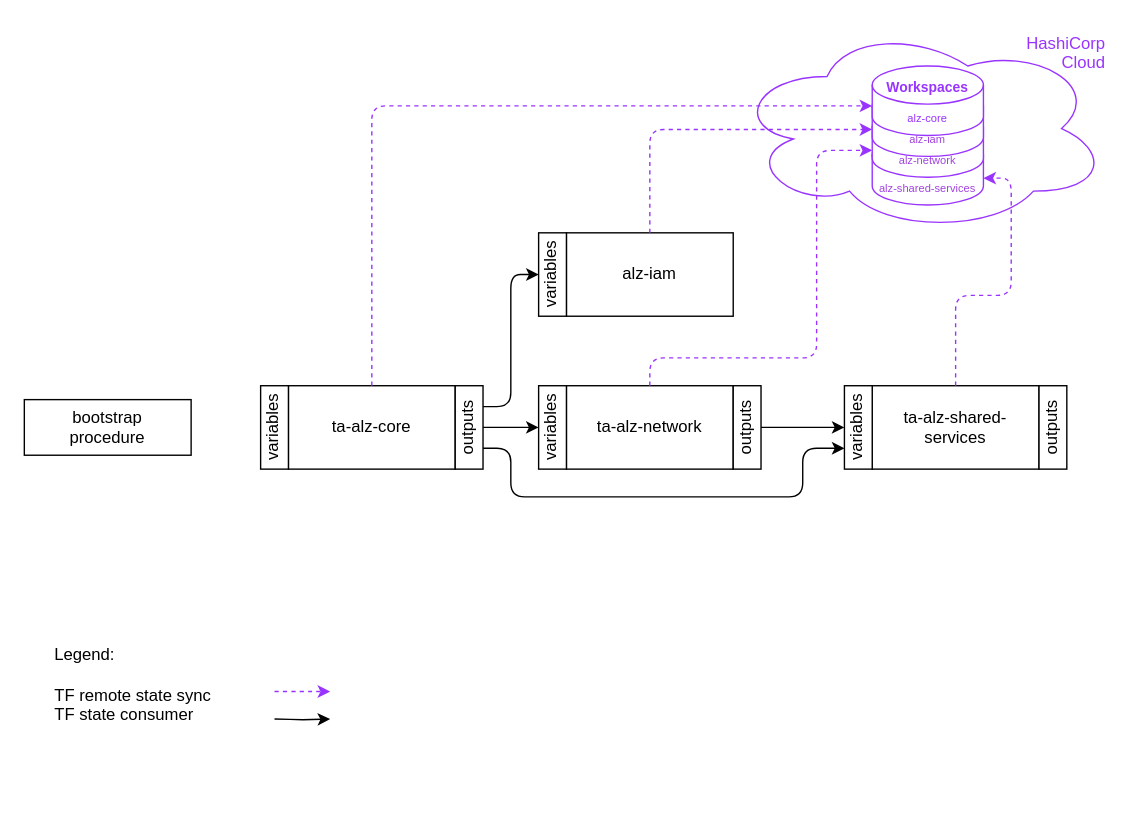
balazspados/azure-sandbox keeps this draw.io diagram as page "Overview" (1 of 6) of ta-alz.drawio. Above is the earlier version. Source tidied: cells renumbered, new cells numbered last; positions are measured from the earlier drawing's top-left corner, leaving out a move shared by most shapes. Both pictures are drawn from the tidied source at 139%, with x=0, y=0 at pixel (24, 24).
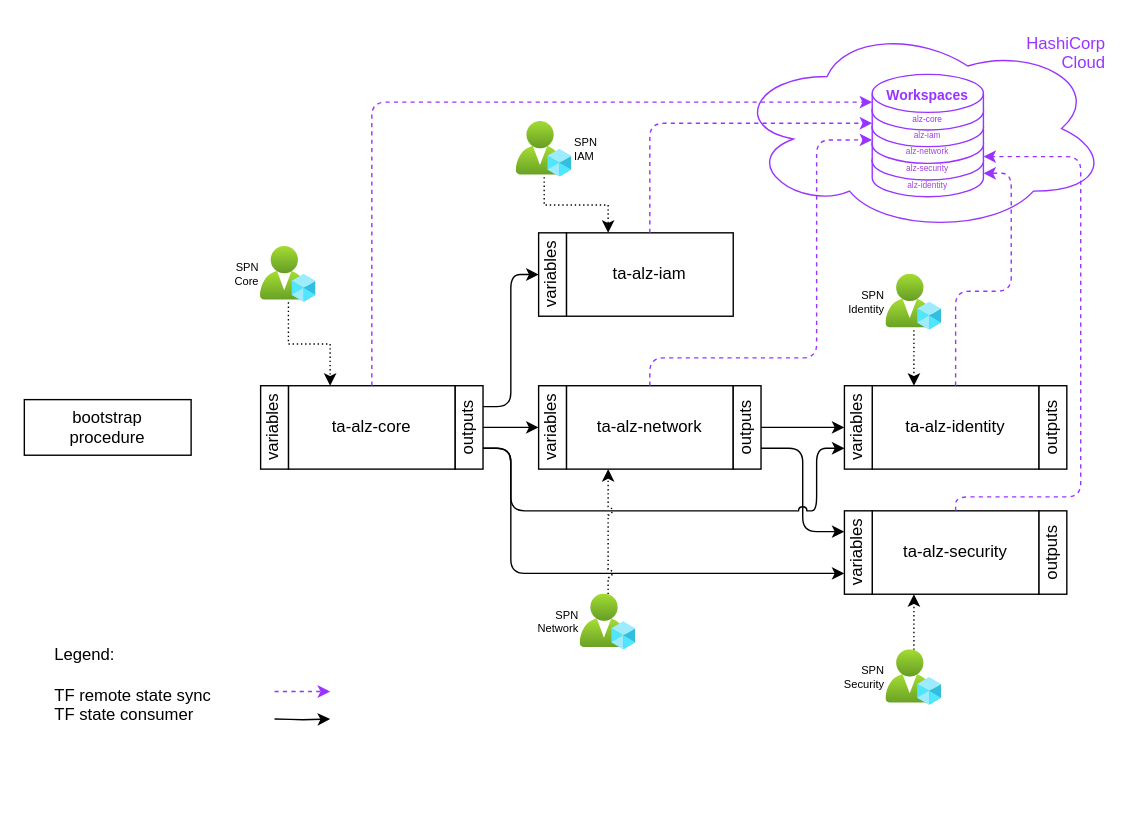
Above is the later version.

Unchanged cells that the change refers to:
```xml
<mxCell id="2" style="group;" parent="1" vertex="1">
  <mxGeometry x="510" width="270" height="150" as="geometry" />
</mxCell>
<mxCell id="16" value="ta-alz-core" style="rounded=0;whiteSpace=wrap;html=1;" parent="15" vertex="1">
  <mxGeometry x="20" width="120" height="60" as="geometry" />
</mxCell>
<mxCell id="17" value="outputs" style="rounded=0;whiteSpace=wrap;html=1;textDirection=vertical-rl;rotation=-180;" parent="15" vertex="1">
  <mxGeometry x="140" width="20" height="60" as="geometry" />
</mxCell>
<mxCell id="20" value="ta-alz-network" style="rounded=0;whiteSpace=wrap;html=1;" parent="19" vertex="1">
  <mxGeometry x="20" width="120" height="60" as="geometry" />
</mxCell>
<mxCell id="22" value="outputs" style="rounded=0;whiteSpace=wrap;html=1;textDirection=vertical-rl;rotation=-180;" parent="19" vertex="1">
  <mxGeometry x="140" width="20" height="60" as="geometry" />
</mxCell>
<mxCell id="23" style="group;" parent="1" vertex="1">
  <mxGeometry x="590" y="260" width="160" height="60" as="geometry" />
</mxCell>
<mxCell id="25" value="variables" style="rounded=0;whiteSpace=wrap;html=1;textDirection=vertical-lr;rotation=-180;" parent="23" vertex="1">
  <mxGeometry width="20" height="60" as="geometry" />
</mxCell>
<mxCell id="27" style="group;" parent="1" vertex="1">
  <mxGeometry x="370" y="150" width="140" height="60" as="geometry" />
</mxCell>
```

What changed in the source:
```diff
@@
+    <mxCell id="37" style="group;" parent="2" vertex="1">
+      <mxGeometry x="100" y="30" width="80" height="100" as="geometry" />
+    </mxCell>
-    <mxCell id="4" style="group;strokeColor=none;" parent="2" vertex="1">
-      <mxGeometry x="100" y="30" width="80" height="100" as="geometry" />
+    <mxCell id="4" style="group;strokeColor=none;" parent="37" vertex="1">
+      <mxGeometry width="80" height="100" as="geometry" />
     </mxCell>
+    <mxCell id="38" value="&lt;div&gt;alz-identity&lt;/div&gt;" style="shape=cylinder3;whiteSpace=wrap;html=1;boundedLbl=1;backgroundOutline=1;size=13.690739222935278;verticalAlign=middle;labelPosition=center;verticalLabelPosition=middle;align=center;fontSize=6;fontColor=light-dark(#a143df, #ededed);strokeColor=#9933FF;" parent="37" vertex="1">
+      <mxGeometry y="54" width="80" height="40" as="geometry" />
+    </mxCell>
-    <mxCell id="5" value="&lt;div&gt;alz-shared-services&lt;/div&gt;" style="shape=cylinder3;whiteSpace=wrap;html=1;boundedLbl=1;backgroundOutline=1;size=13.690739222935278;verticalAlign=bottom;labelPosition=center;verticalLabelPosition=middle;align=center;fontSize=8;fontColor=light-dark(#a143df, #ededed);strokeColor=#9933FF;" parent="2" vertex="1">
-      <mxGeometry x="100" y="80" width="80" height="50" as="geometry" />
+    <mxCell id="5" value="&lt;div&gt;alz-security&lt;/div&gt;" style="shape=cylinder3;whiteSpace=wrap;html=1;boundedLbl=1;backgroundOutline=1;size=13.690739222935278;verticalAlign=middle;labelPosition=center;verticalLabelPosition=middle;align=center;fontSize=6;fontColor=light-dark(#a143df, #ededed);strokeColor=#9933FF;" parent="37" vertex="1">
+      <mxGeometry y="42" width="80" height="40" as="geometry" />
     </mxCell>
-    <mxCell id="6" value="&lt;div&gt;alz-network&lt;/div&gt;" style="shape=cylinder3;whiteSpace=wrap;html=1;boundedLbl=1;backgroundOutline=1;size=13.690739222935278;verticalAlign=bottom;labelPosition=center;verticalLabelPosition=middle;align=center;fontSize=8;fontColor=light-dark(#a143df, #ededed);strokeColor=#9933FF;" parent="2" vertex="1">
-      <mxGeometry x="100" y="60" width="80" height="50" as="geometry" />
+    <mxCell id="6" value="&lt;div&gt;alz-network&lt;/div&gt;" style="shape=cylinder3;whiteSpace=wrap;html=1;boundedLbl=1;backgroundOutline=1;size=13.690739222935278;verticalAlign=middle;labelPosition=center;verticalLabelPosition=middle;align=center;fontSize=6;fontColor=light-dark(#a143df, #ededed);strokeColor=#9933FF;" parent="37" vertex="1">
+      <mxGeometry y="30" width="80" height="40" as="geometry" />
     </mxCell>
-    <mxCell id="7" value="&lt;div&gt;alz-iam&lt;/div&gt;" style="shape=cylinder3;whiteSpace=wrap;html=1;boundedLbl=1;backgroundOutline=1;size=13.690739222935278;verticalAlign=bottom;labelPosition=center;verticalLabelPosition=middle;align=center;fontSize=8;fontColor=light-dark(#a143df, #ededed);strokeColor=#9933FF;" parent="2" vertex="1">
-      <mxGeometry x="100" y="45" width="80" height="50" as="geometry" />
+    <mxCell id="7" value="&lt;div&gt;alz-iam&lt;/div&gt;" style="shape=cylinder3;whiteSpace=wrap;html=1;boundedLbl=1;backgroundOutline=1;size=13.690739222935278;verticalAlign=middle;labelPosition=center;verticalLabelPosition=middle;align=center;fontSize=6;fontColor=light-dark(#a143df, #ededed);strokeColor=#9933FF;" parent="37" vertex="1">
+      <mxGeometry y="18" width="80" height="40" as="geometry" />
     </mxCell>
-    <mxCell id="8" value="&lt;div&gt;&lt;span style=&quot;color: rgb(153, 51, 255);&quot;&gt;alz-core&lt;/span&gt;&lt;/div&gt;" style="shape=cylinder3;whiteSpace=wrap;html=1;boundedLbl=1;backgroundOutline=1;size=13.690739222935278;verticalAlign=bottom;labelPosition=center;verticalLabelPosition=middle;align=center;fontSize=8;fontColor=light-dark(#a143df, #ededed);strokeColor=#9933FF;" parent="2" vertex="1">
-      <mxGeometry x="100" y="30" width="80" height="50" as="geometry" />
+    <mxCell id="8" value="&lt;div&gt;&lt;span style=&quot;color: rgb(153, 51, 255);&quot;&gt;&lt;font style=&quot;font-size: 6px;&quot;&gt;alz-core&lt;/font&gt;&lt;/span&gt;&lt;/div&gt;" style="shape=cylinder3;whiteSpace=wrap;html=1;boundedLbl=1;backgroundOutline=1;size=13.690739222935278;verticalAlign=middle;labelPosition=center;verticalLabelPosition=middle;align=center;fontSize=8;fontColor=light-dark(#a143df, #ededed);strokeColor=#9933FF;" parent="37" vertex="1">
+      <mxGeometry y="6" width="80" height="40" as="geometry" />
     </mxCell>
-    <mxCell id="9" value="Workspaces" style="text;html=1;whiteSpace=wrap;strokeColor=none;fillColor=none;align=center;verticalAlign=middle;rounded=0;fontSize=10;fontColor=#9933FF;fontStyle=1;" parent="2" vertex="1">
-      <mxGeometry x="110" y="30" width="60" height="30" as="geometry" />
+    <mxCell id="9" value="Workspaces" style="text;html=1;whiteSpace=wrap;strokeColor=none;fillColor=none;align=center;verticalAlign=middle;rounded=0;fontSize=10;fontColor=#9933FF;fontStyle=1;" parent="37" vertex="1">
+      <mxGeometry x="10" y="6" width="60" height="30" as="geometry" />
     </mxCell>
@@
-    <mxCell id="11" style="edgeStyle=orthogonalEdgeStyle;jettySize=auto;html=1;exitX=0;exitY=0.25;exitDx=0;exitDy=0;entryX=1;entryY=0.25;entryDx=0;entryDy=0;" parent="1" edge="1" source="17" target="25">
+    <mxCell id="11" style="edgeStyle=orthogonalEdgeStyle;jettySize=auto;html=1;exitX=0;exitY=0.25;exitDx=0;exitDy=0;entryX=1;entryY=0.25;entryDx=0;entryDy=0;" parent="1" edge="1" source="17" target="45">
       <mxGeometry relative="1" as="geometry">
         <Array as="points">
           <mxPoint x="350" y="305" />
-          <mxPoint x="350" y="340" />
-          <mxPoint x="560" y="340" />
-          <mxPoint x="560" y="305" />
+          <mxPoint x="350" y="395" />
         </Array>
       </mxGeometry>
     </mxCell>
@@
-    <mxCell id="24" value="ta-alz-shared-services" style="rounded=0;whiteSpace=wrap;html=1;" parent="23" vertex="1">
+    <mxCell id="24" value="ta-alz-identity" style="rounded=0;whiteSpace=wrap;html=1;" parent="23" vertex="1">
       <mxGeometry x="20" width="120" height="60" as="geometry" />
     </mxCell>
@@
-    <mxCell id="28" value="alz-iam" style="rounded=0;whiteSpace=wrap;html=1;" parent="27" vertex="1">
+    <mxCell id="28" value="ta-alz-iam" style="rounded=0;whiteSpace=wrap;html=1;" parent="27" vertex="1">
       <mxGeometry x="20" width="120" height="60" as="geometry" />
     </mxCell>
@@
-    <mxCell id="30" style="edgeStyle=orthogonalEdgeStyle;jettySize=auto;html=1;exitX=0.5;exitY=0;exitDx=0;exitDy=0;entryX=0;entryY=0;entryDx=0;entryDy=13.690739222935278;entryPerimeter=0;strokeColor=#9933FF;dashed=1;" parent="1" edge="1" source="16" target="7">
+    <mxCell id="30" style="edgeStyle=orthogonalEdgeStyle;jettySize=auto;html=1;exitX=0.5;exitY=0;exitDx=0;exitDy=0;entryX=0;entryY=0.5;entryDx=0;entryDy=0;entryPerimeter=0;strokeColor=#9933FF;dashed=1;" parent="1" edge="1" source="16" target="8">
       <mxGeometry relative="1" as="geometry" />
     </mxCell>
-    <mxCell id="31" style="edgeStyle=orthogonalEdgeStyle;jettySize=auto;html=1;exitX=0.5;exitY=0;exitDx=0;exitDy=0;entryX=0;entryY=0;entryDx=0;entryDy=30.65463038853236;entryPerimeter=0;dashed=1;strokeColor=#9933FF;" parent="1" edge="1" source="20" target="6">
+    <mxCell id="31" style="edgeStyle=orthogonalEdgeStyle;jettySize=auto;html=1;exitX=0.5;exitY=0;exitDx=0;exitDy=0;dashed=1;strokeColor=#9933FF;entryX=0;entryY=0;entryDx=0;entryDy=23.15463038853236;entryPerimeter=0;" parent="1" edge="1" source="20" target="6">
       <mxGeometry relative="1" as="geometry">
         <Array as="points">
           <mxPoint x="450" y="240" />
           <mxPoint x="570" y="240" />
-          <mxPoint x="570" y="90.6" />
+          <mxPoint x="570" y="83.2" />
         </Array>
       </mxGeometry>
     </mxCell>
-    <mxCell id="32" style="edgeStyle=orthogonalEdgeStyle;jettySize=auto;html=1;exitX=0.5;exitY=0;exitDx=0;exitDy=0;entryX=1;entryY=0;entryDx=0;entryDy=30.65463038853236;entryPerimeter=0;strokeColor=#9933FF;dashed=1;" parent="1" edge="1" source="24" target="5">
+    <mxCell id="32" style="edgeStyle=orthogonalEdgeStyle;jettySize=auto;html=1;exitX=0.5;exitY=0;exitDx=0;exitDy=0;entryX=1;entryY=0;entryDx=0;entryDy=23.15463038853236;entryPerimeter=0;strokeColor=#9933FF;dashed=1;" parent="1" edge="1" source="24" target="38">
       <mxGeometry relative="1" as="geometry" />
     </mxCell>
-    <mxCell id="33" style="edgeStyle=orthogonalEdgeStyle;jettySize=auto;html=1;exitX=0.5;exitY=0;exitDx=0;exitDy=0;entryX=0;entryY=0;entryDx=0;entryDy=30.65463038853236;entryPerimeter=0;strokeColor=#9933FF;dashed=1;jumpStyle=arc;" parent="1" edge="1" source="28" target="7">
+    <mxCell id="33" style="edgeStyle=orthogonalEdgeStyle;jettySize=auto;html=1;exitX=0.5;exitY=0;exitDx=0;exitDy=0;entryX=0;entryY=0;entryDx=0;entryDy=23.15463038853236;entryPerimeter=0;strokeColor=#9933FF;dashed=1;jumpStyle=arc;" parent="1" edge="1" source="28" target="7">
       <mxGeometry relative="1" as="geometry" />
     </mxCell>
@@
+    <mxCell id="39" style="edgeStyle=orthogonalEdgeStyle;rounded=0;jettySize=auto;html=1;exitX=0.5;exitY=1;exitDx=0;exitDy=0;entryX=0.25;entryY=0;entryDx=0;entryDy=0;dashed=1;dashPattern=1 2;" parent="1" edge="1" source="40" target="16">
+      <mxGeometry relative="1" as="geometry" />
+    </mxCell>
+    <mxCell id="40" value="SPN&lt;div&gt;Core&lt;/div&gt;" style="image;html=1;align=right;fontSize=8;image=img/lib/azure2/intune/Azure_AD_Roles_and_Administrators.svg;points=[[0,0.5],[1,0.5],[0.5,0],[0.5,1]];labelPosition=left;verticalLabelPosition=middle;verticalAlign=middle;" parent="1" vertex="1">
+      <mxGeometry x="170" y="160" width="40" height="40" as="geometry" />
+    </mxCell>
+    <mxCell id="41" style="edgeStyle=orthogonalEdgeStyle;rounded=0;jettySize=auto;html=1;exitX=0.5;exitY=1;exitDx=0;exitDy=0;entryX=0.25;entryY=0;entryDx=0;entryDy=0;dashed=1;dashPattern=1 2;" parent="1" edge="1" source="42" target="28">
+      <mxGeometry relative="1" as="geometry" />
+    </mxCell>
+    <mxCell id="42" value="SPN&lt;div&gt;IAM&lt;/div&gt;" style="image;html=1;align=left;fontSize=8;image=img/lib/azure2/intune/Azure_AD_Roles_and_Administrators.svg;points=[[0,0.5],[1,0.5],[0.5,0],[0.5,1]];labelPosition=right;verticalLabelPosition=middle;verticalAlign=middle;" parent="1" vertex="1">
+      <mxGeometry x="354" y="70" width="40" height="40" as="geometry" />
+    </mxCell>
+    <mxCell id="43" style="group;" parent="1" vertex="1">
+      <mxGeometry x="590" y="350" width="160" height="60" as="geometry" />
+    </mxCell>
+    <mxCell id="44" value="ta-alz-security" style="rounded=0;whiteSpace=wrap;html=1;" parent="43" vertex="1">
+      <mxGeometry x="20" width="120" height="60" as="geometry" />
+    </mxCell>
+    <mxCell id="45" value="variables" style="rounded=0;whiteSpace=wrap;html=1;textDirection=vertical-lr;rotation=-180;" parent="43" vertex="1">
+      <mxGeometry width="20" height="60" as="geometry" />
+    </mxCell>
+    <mxCell id="46" value="outputs" style="rounded=0;whiteSpace=wrap;html=1;textDirection=vertical-rl;rotation=-180;" parent="43" vertex="1">
+      <mxGeometry x="140" width="20" height="60" as="geometry" />
+    </mxCell>
+    <mxCell id="47" style="edgeStyle=orthogonalEdgeStyle;rounded=1;jettySize=auto;html=1;exitX=0;exitY=0.25;exitDx=0;exitDy=0;entryX=1;entryY=0.75;entryDx=0;entryDy=0;curved=0;" parent="1" edge="1" source="22" target="45">
+      <mxGeometry relative="1" as="geometry" />
+    </mxCell>
+    <mxCell id="48" style="edgeStyle=orthogonalEdgeStyle;rounded=1;jettySize=auto;html=1;exitX=0;exitY=0.25;exitDx=0;exitDy=0;entryX=1;entryY=0.25;entryDx=0;entryDy=0;curved=0;jumpStyle=arc;" parent="1" edge="1" source="17" target="25">
+      <mxGeometry relative="1" as="geometry">
+        <Array as="points">
+          <mxPoint x="350" y="305" />
+          <mxPoint x="350" y="350" />
+          <mxPoint x="570" y="350" />
+          <mxPoint x="570" y="305" />
+        </Array>
+      </mxGeometry>
+    </mxCell>
+    <mxCell id="49" style="edgeStyle=orthogonalEdgeStyle;rounded=1;jettySize=auto;html=1;exitX=0.5;exitY=0;exitDx=0;exitDy=0;entryX=1;entryY=0;entryDx=0;entryDy=23.15463038853236;entryPerimeter=0;strokeColor=#9933FF;dashed=1;curved=0;" parent="1" edge="1" source="44" target="5">
+      <mxGeometry relative="1" as="geometry">
+        <Array as="points">
+          <mxPoint x="670" y="340" />
+          <mxPoint x="760" y="340" />
+          <mxPoint x="760" y="95.2" />
+        </Array>
+      </mxGeometry>
+    </mxCell>
+    <mxCell id="50" style="edgeStyle=orthogonalEdgeStyle;rounded=0;jettySize=auto;html=1;exitX=0.5;exitY=0;exitDx=0;exitDy=0;entryX=0.25;entryY=1;entryDx=0;entryDy=0;dashed=1;dashPattern=1 2;jumpStyle=arc;" parent="1" edge="1" source="51" target="20">
+      <mxGeometry relative="1" as="geometry" />
+    </mxCell>
+    <mxCell id="51" value="SPN&lt;div&gt;Network&lt;/div&gt;" style="image;html=1;align=right;fontSize=8;image=img/lib/azure2/intune/Azure_AD_Roles_and_Administrators.svg;points=[[0,0.5],[1,0.5],[0.5,0],[0.5,1]];labelPosition=left;verticalLabelPosition=middle;verticalAlign=middle;" parent="1" vertex="1">
+      <mxGeometry x="400" y="410" width="40" height="40" as="geometry" />
+    </mxCell>
+    <mxCell id="52" style="edgeStyle=orthogonalEdgeStyle;rounded=0;jettySize=auto;html=1;exitX=0.5;exitY=0;exitDx=0;exitDy=0;entryX=0.25;entryY=1;entryDx=0;entryDy=0;dashed=1;dashPattern=1 2;" parent="1" edge="1" source="53" target="44">
+      <mxGeometry relative="1" as="geometry" />
+    </mxCell>
+    <mxCell id="53" value="SPN&lt;div&gt;Security&lt;/div&gt;" style="image;html=1;align=right;fontSize=8;image=img/lib/azure2/intune/Azure_AD_Roles_and_Administrators.svg;points=[[0,0.5],[1,0.5],[0.5,0],[0.5,1]];labelPosition=left;verticalLabelPosition=middle;verticalAlign=middle;" parent="1" vertex="1">
+      <mxGeometry x="620" y="450" width="40" height="40" as="geometry" />
+    </mxCell>
+    <mxCell id="54" style="edgeStyle=orthogonalEdgeStyle;rounded=0;jettySize=auto;html=1;exitX=0.5;exitY=1;exitDx=0;exitDy=0;entryX=0.25;entryY=0;entryDx=0;entryDy=0;dashed=1;dashPattern=1 2;" parent="1" edge="1" source="55" target="24">
+      <mxGeometry relative="1" as="geometry" />
+    </mxCell>
+    <mxCell id="55" value="SPN&lt;div&gt;Identity&lt;/div&gt;" style="image;html=1;align=right;fontSize=8;image=img/lib/azure2/intune/Azure_AD_Roles_and_Administrators.svg;points=[[0,0.5],[1,0.5],[0.5,0],[0.5,1]];labelPosition=left;verticalLabelPosition=middle;verticalAlign=middle;" parent="1" vertex="1">
+      <mxGeometry x="620" y="180" width="40" height="40" as="geometry" />
+    </mxCell>
```
